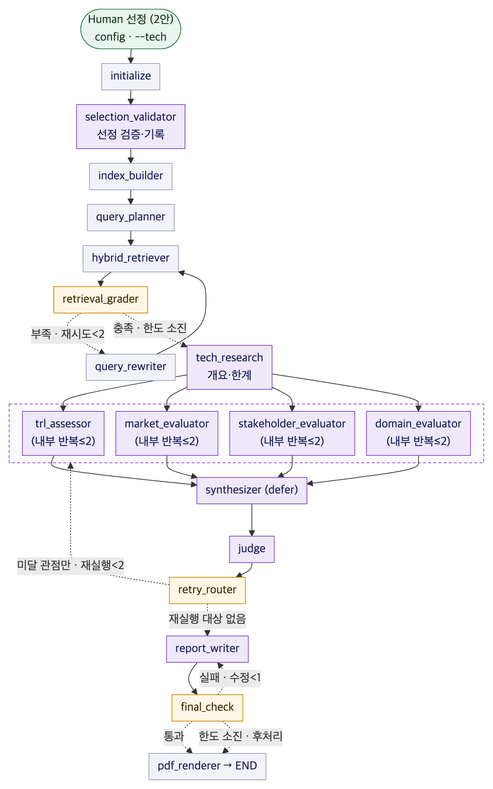
Earlier version of the Mermaid export docs/graph_overview.png (jinsu1011/skala-project-0921). Its source is kept beside it as docs/graph_overview.mmd.
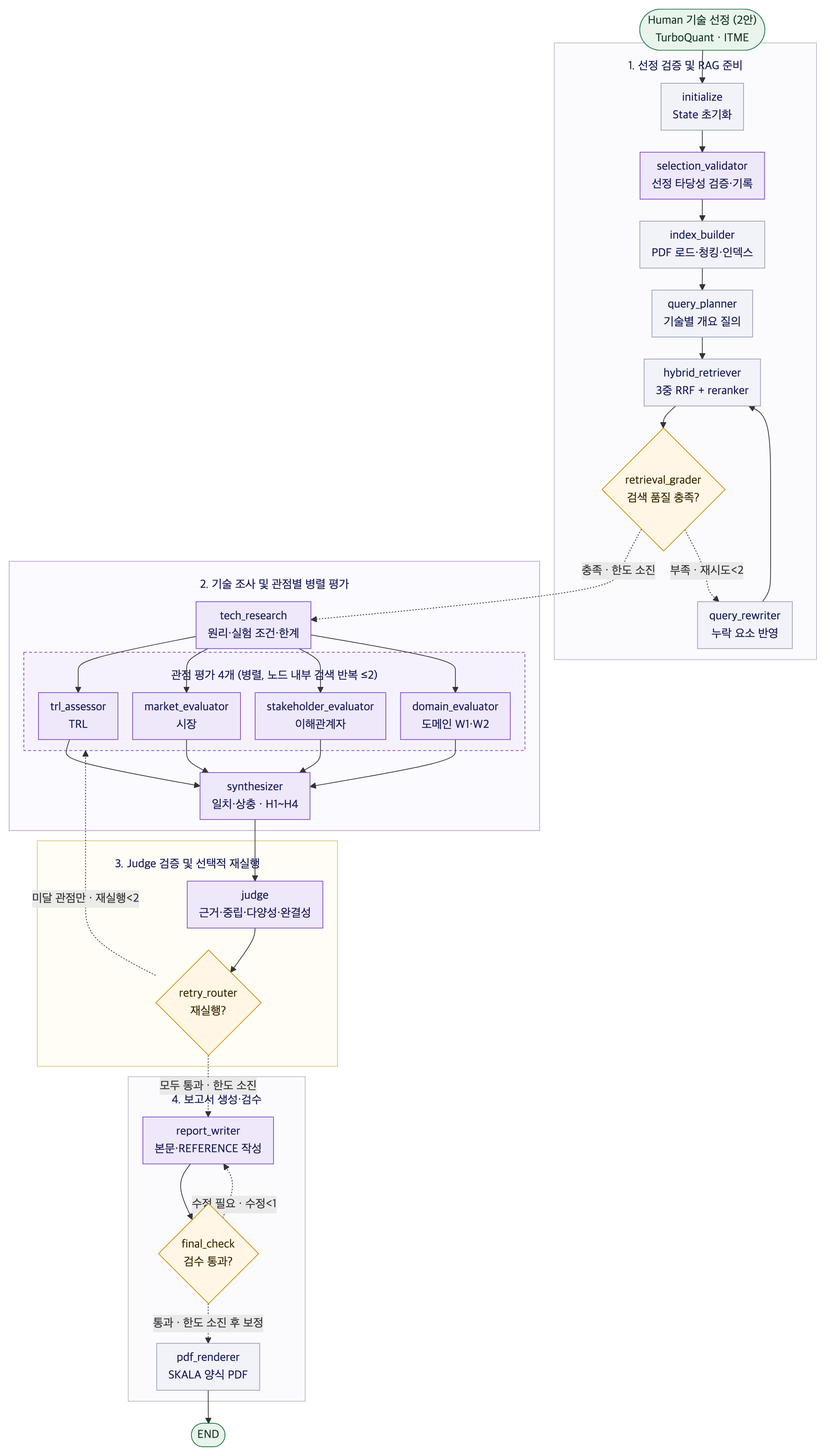
Later version of the same file.

The edit, as a diff of the source:
```diff
@@ -1,36 +1,49 @@
-flowchart TD
-    H0(["Human 선정 (2안)<br/>config · --tech"]) --> INIT["initialize"]
-    INIT --> VAL["selection_validator<br/>선정 검증·기록"]
-    VAL --> IDX["index_builder"]
-    IDX --> QP["query_planner"]
-    QP --> RET["hybrid_retriever"]
-    RET --> GR["retrieval_grader"]
-    GR -.->|"부족 · 재시도<2"| QRW["query_rewriter"]
+flowchart TB
+    H0(["Human 기술 선정 (2안)<br/>TurboQuant · ITME"]) --> INIT
+    subgraph S1["1. 선정 검증 및 RAG 준비"]
+        INIT["initialize<br/>State 초기화"] --> VAL["selection_validator<br/>선정 타당성 검증·기록"]
+        VAL --> IDX["index_builder<br/>PDF 로드·청킹·인덱스"]
+        IDX --> QP["query_planner<br/>기술별 개요 질의"]
+        QP --> RET["hybrid_retriever<br/>3중 RRF + reranker"]
+        RET --> GR{"retrieval_grader<br/>검색 품질 충족?"}
+        QRW["query_rewriter<br/>누락 요소 반영"]
+    end
+    subgraph S2["2. 기술 조사 및 관점별 병렬 평가"]
+        TR["tech_research<br/>원리·실험 조건·한계"]
+        subgraph FAN["관점 평가 4개 (병렬, 노드 내부 검색 반복 ≤2)"]
+            TRL["trl_assessor<br/>TRL"]
+            MK["market_evaluator<br/>시장"]
+            SH["stakeholder_evaluator<br/>이해관계자"]
+            DM["domain_evaluator<br/>도메인 W1·W2"]
+        end
+        TR --> TRL & MK & SH & DM
+        TRL & MK & SH & DM --> SY["synthesizer<br/>일치·상충 · H1~H4"]
+    end
+    subgraph S3["3. Judge 검증 및 선택적 재실행"]
+        JD["judge<br/>근거·중립·다양성·완결성"] --> RR{"retry_router<br/>재실행?"}
+    end
+    subgraph S4["4. 보고서 생성·검수"]
+        RWR["report_writer<br/>본문·REFERENCE 작성"] --> FC{"final_check<br/>검수 통과?"}
+        FC -.->|"수정 필요 · 수정<1"| RWR
+        FC -.->|"통과 · 한도 소진 후 보정"| PDF["pdf_renderer<br/>SKALA 양식 PDF"]
+    end
+    GR -.->|"충족 · 한도 소진"| TR
+    GR -.->|"부족 · 재시도<2"| QRW
     QRW --> RET
-    GR -.->|"충족 · 한도 소진"| TR["tech_research<br/>개요·한계"]
-    subgraph FAN[" "]
-        direction LR
-        TRL["trl_assessor<br/>(내부 반복≤2)"]
-        MK["market_evaluator<br/>(내부 반복≤2)"]
-        SH["stakeholder_evaluator<br/>(내부 반복≤2)"]
-        DM["domain_evaluator<br/>(내부 반복≤2)"]
-    end
-    TR --> TRL & MK & SH & DM
-    TRL & MK & SH & DM --> SY["synthesizer (defer)"]
-    SY --> JD["judge"]
-    JD --> RR["retry_router"]
+    SY --> JD
     RR -.->|"미달 관점만 · 재실행<2"| FAN
-    RR -.->|"재실행 대상 없음"| RWR["report_writer"]
-    RWR --> FC["final_check"]
-    FC -.->|"실패 · 수정<1"| RWR
-    FC -.->|"통과"| PDF["pdf_renderer → END"]
-    FC -.->|"한도 소진 · 후처리"| PDF
+    RR -.->|"모두 통과 · 한도 소진"| RWR
+    PDF --> END(["END"])
     classDef agent fill:#EEE8FA,stroke:#7F4ACB,color:#161A58;
     classDef util fill:#F2F3F8,stroke:#9AA0B8,color:#161A58;
     classDef human fill:#E8F4EC,stroke:#2E7D4F,color:#16381F;
     classDef gate fill:#FFF6E5,stroke:#D08A00,color:#3A2A00;
     class VAL,TR,TRL,MK,SH,DM,SY,JD,RWR agent;
     class INIT,IDX,QP,RET,QRW,PDF util;
-    class H0 human;
+    class H0,END human;
     class GR,RR,FC gate;
-    style FAN fill:#FBFAFE,stroke:#7F4ACB,stroke-dasharray:4 3,color:#161A58
+    style S1 fill:#FBFBFD,stroke:#B8BCCC,color:#161A58
+    style S2 fill:#FBFAFE,stroke:#B9A3E3,color:#161A58
+    style S3 fill:#FFFDF6,stroke:#E3C27A,color:#161A58
+    style S4 fill:#FBFBFD,stroke:#B8BCCC,color:#161A58
+    style FAN fill:#F6F2FD,stroke:#7F4ACB,stroke-dasharray:4 3,color:#161A58
```
